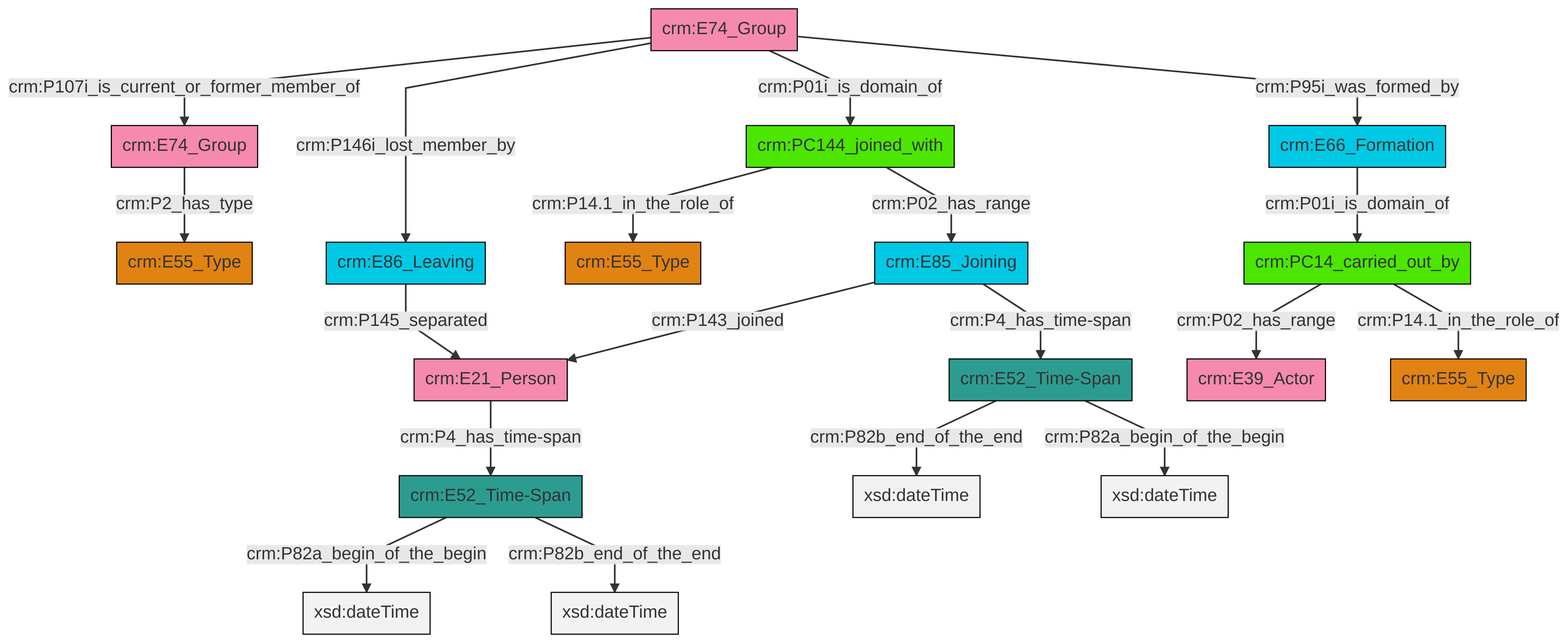
Earlier version of the Mermaid export et/groupCSV/ttl/mmd/png/group_actor_relations.png (swiss-art-research-net/docs.swissartresearch). Its source is kept beside it as et/groupCSV/ttl/mmd/group_actor_relations.ttl.mmd.
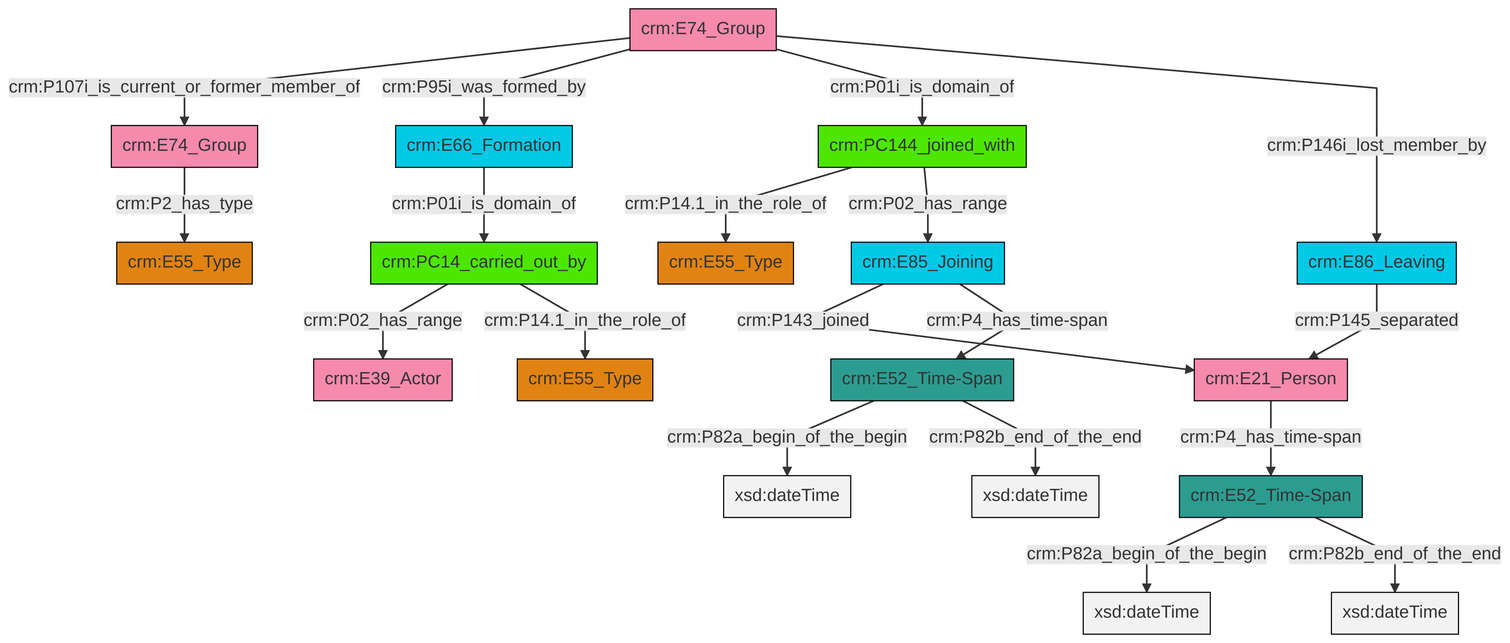
The same file after the commit.

Change to the diagram source:
```diff
@@ -13,21 +13,21 @@
 classDef PC_Classes fill:#4ce600, stroke:#000000;
 classDef Multi fill:#cccccc,stroke:#000000;
 
-6["crm:PC14_carried_out_by"]:::PC_Classes -->|crm:P02_has_range| 7["crm:E39_Actor"]:::Actor
-2["crm:E74_Group"]:::Actor -->|crm:P107i_is_current_or_former_member_of| 8["crm:E74_Group"]:::Actor
-9["crm:E21_Person"]:::Actor -->|crm:P4_has_time-span| 10["crm:E52_Time-Span"]:::Time-Span
-10["crm:E52_Time-Span"]:::Time-Span -->|crm:P82a_begin_of_the_begin| 14[xsd:dateTime]:::Literal
-15["crm:E52_Time-Span"]:::Time-Span -->|crm:P82b_end_of_the_end| 16[xsd:dateTime]:::Literal
-2["crm:E74_Group"]:::Actor -->|crm:P146i_lost_member_by| 0["crm:E86_Leaving"]:::Temporal_Entity
-11["crm:E85_Joining"]:::Temporal_Entity -->|crm:P143_joined| 9["crm:E21_Person"]:::Actor
-11["crm:E85_Joining"]:::Temporal_Entity -->|crm:P4_has_time-span| 15["crm:E52_Time-Span"]:::Time-Span
-19["crm:E66_Formation"]:::Temporal_Entity -->|crm:P01i_is_domain_of| 6["crm:PC14_carried_out_by"]:::PC_Classes
-8["crm:E74_Group"]:::Actor -->|crm:P2_has_type| 24["crm:E55_Type"]:::Type
-0["crm:E86_Leaving"]:::Temporal_Entity -->|crm:P145_separated| 9["crm:E21_Person"]:::Actor
-2["crm:E74_Group"]:::Actor -->|crm:P01i_is_domain_of| 25["crm:PC144_joined_with"]:::PC_Classes
-6["crm:PC14_carried_out_by"]:::PC_Classes -->|crm:P14.1_in_the_role_of| 17["crm:E55_Type"]:::Type
-25["crm:PC144_joined_with"]:::PC_Classes -->|crm:P14.1_in_the_role_of| 4["crm:E55_Type"]:::Type
-25["crm:PC144_joined_with"]:::PC_Classes -->|crm:P02_has_range| 11["crm:E85_Joining"]:::Temporal_Entity
-2["crm:E74_Group"]:::Actor -->|crm:P95i_was_formed_by| 19["crm:E66_Formation"]:::Temporal_Entity
-15["crm:E52_Time-Span"]:::Time-Span -->|crm:P82a_begin_of_the_begin| 32[xsd:dateTime]:::Literal
-10["crm:E52_Time-Span"]:::Time-Span -->|crm:P82b_end_of_the_end| 33[xsd:dateTime]:::Literal
+2["crm:E52_Time-Span"]:::Time-Span -->|crm:P82a_begin_of_the_begin| 3[xsd:dateTime]:::Literal
+0["crm:E86_Leaving"]:::Temporal_Entity -->|crm:P145_separated| 8["crm:E21_Person"]:::Actor
+9["crm:E74_Group"]:::Actor -->|crm:P107i_is_current_or_former_member_of| 6["crm:E74_Group"]:::Actor
+10["crm:E52_Time-Span"]:::Time-Span -->|crm:P82a_begin_of_the_begin| 11[xsd:dateTime]:::Literal
+4["crm:PC14_carried_out_by"]:::PC_Classes -->|crm:P02_has_range| 16["crm:E39_Actor"]:::Actor
+17["crm:E66_Formation"]:::Temporal_Entity -->|crm:P01i_is_domain_of| 4["crm:PC14_carried_out_by"]:::PC_Classes
+4["crm:PC14_carried_out_by"]:::PC_Classes -->|crm:P14.1_in_the_role_of| 18["crm:E55_Type"]:::Type
+9["crm:E74_Group"]:::Actor -->|crm:P95i_was_formed_by| 17["crm:E66_Formation"]:::Temporal_Entity
+2["crm:E52_Time-Span"]:::Time-Span -->|crm:P82b_end_of_the_end| 22[xsd:dateTime]:::Literal
+6["crm:E74_Group"]:::Actor -->|crm:P2_has_type| 12["crm:E55_Type"]:::Type
+8["crm:E21_Person"]:::Actor -->|crm:P4_has_time-span| 10["crm:E52_Time-Span"]:::Time-Span
+26["crm:E85_Joining"]:::Temporal_Entity -->|crm:P143_joined| 8["crm:E21_Person"]:::Actor
+20["crm:PC144_joined_with"]:::PC_Classes -->|crm:P14.1_in_the_role_of| 14["crm:E55_Type"]:::Type
+9["crm:E74_Group"]:::Actor -->|crm:P01i_is_domain_of| 20["crm:PC144_joined_with"]:::PC_Classes
+10["crm:E52_Time-Span"]:::Time-Span -->|crm:P82b_end_of_the_end| 31[xsd:dateTime]:::Literal
+26["crm:E85_Joining"]:::Temporal_Entity -->|crm:P4_has_time-span| 2["crm:E52_Time-Span"]:::Time-Span
+9["crm:E74_Group"]:::Actor -->|crm:P146i_lost_member_by| 0["crm:E86_Leaving"]:::Temporal_Entity
+20["crm:PC144_joined_with"]:::PC_Classes -->|crm:P02_has_range| 26["crm:E85_Joining"]:::Temporal_Entity
```
